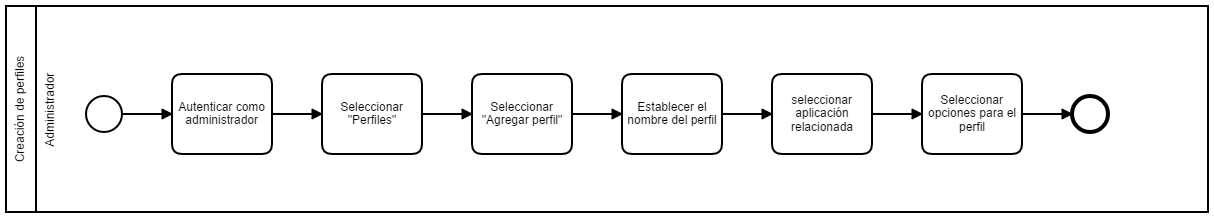
udistrital/arquitectura_docs keeps this BPMN diagram as configuracion/imagenes/creacion_perfil_nodo.png. Above is the earlier version. Its source is kept beside it as configuracion/imagenes/creacion_perfil_nodo.bpmn. Ids are renumbered. Source of this version:
```xml
<bpmn:definitions xmlns:bpmn="http://www.omg.org/spec/BPMN/20100524/MODEL" xmlns:bpmndi="http://www.omg.org/spec/BPMN/20100524/DI" xmlns:di="http://www.omg.org/spec/DD/20100524/DI" xmlns:dc="http://www.omg.org/spec/DD/20100524/DC" id="Definitions_n1" targetNamespace="http://bpmn.io/schema/bpmn" exporter="Camunda Modeler" exporterVersion="1.14.0">
  <bpmn:collaboration id="Collaboration_n2">
    <bpmn:participant id="Participant_n3" name="Creación de perfiles" processRef="Process_1" />
  </bpmn:collaboration>
  <bpmn:process id="Process_1" isExecutable="true">
    <bpmn:laneSet>
      <bpmn:lane id="Lane_n4" name="Administrador">
        <bpmn:flowNodeRef>Task_n5</bpmn:flowNodeRef>
        <bpmn:flowNodeRef>Task_n6</bpmn:flowNodeRef>
        <bpmn:flowNodeRef>Task_n7</bpmn:flowNodeRef>
        <bpmn:flowNodeRef>Task_n8</bpmn:flowNodeRef>
        <bpmn:flowNodeRef>Task_n9</bpmn:flowNodeRef>
        <bpmn:flowNodeRef>Task_n10</bpmn:flowNodeRef>
        <bpmn:flowNodeRef>StartEvent_n11</bpmn:flowNodeRef>
        <bpmn:flowNodeRef>EndEvent_n12</bpmn:flowNodeRef>
      </bpmn:lane>
    </bpmn:laneSet>
    <bpmn:startEvent id="StartEvent_n11">
      <bpmn:outgoing>SequenceFlow_n13</bpmn:outgoing>
    </bpmn:startEvent>
    <bpmn:task id="Task_n5" name="Autenticar como administrador">
      <bpmn:incoming>SequenceFlow_n13</bpmn:incoming>
      <bpmn:outgoing>SequenceFlow_n14</bpmn:outgoing>
    </bpmn:task>
    <bpmn:task id="Task_n6" name="Seleccionar &#34;Perfiles&#34;">
      <bpmn:incoming>SequenceFlow_n14</bpmn:incoming>
      <bpmn:outgoing>SequenceFlow_n15</bpmn:outgoing>
    </bpmn:task>
    <bpmn:task id="Task_n7" name="Seleccionar &#34;Agregar perfil&#34;">
      <bpmn:incoming>SequenceFlow_n15</bpmn:incoming>
      <bpmn:outgoing>SequenceFlow_n16</bpmn:outgoing>
    </bpmn:task>
    <bpmn:task id="Task_n8" name="Establecer el nombre del perfil">
      <bpmn:incoming>SequenceFlow_n16</bpmn:incoming>
      <bpmn:outgoing>SequenceFlow_n17</bpmn:outgoing>
    </bpmn:task>
    <bpmn:task id="Task_n9" name="seleccionar aplicación relacionada">
      <bpmn:incoming>SequenceFlow_n17</bpmn:incoming>
      <bpmn:outgoing>SequenceFlow_n18</bpmn:outgoing>
    </bpmn:task>
    <bpmn:task id="Task_n10" name="Seleccionar opciones para el perfil">
      <bpmn:incoming>SequenceFlow_n18</bpmn:incoming>
      <bpmn:outgoing>SequenceFlow_n19</bpmn:outgoing>
    </bpmn:task>
    <bpmn:endEvent id="EndEvent_n12">
      <bpmn:incoming>SequenceFlow_n19</bpmn:incoming>
    </bpmn:endEvent>
    <bpmn:sequenceFlow id="SequenceFlow_n13" sourceRef="StartEvent_n11" targetRef="Task_n5" />
    <bpmn:sequenceFlow id="SequenceFlow_n14" sourceRef="Task_n5" targetRef="Task_n6" />
    <bpmn:sequenceFlow id="SequenceFlow_n15" sourceRef="Task_n6" targetRef="Task_n7" />
    <bpmn:sequenceFlow id="SequenceFlow_n16" sourceRef="Task_n7" targetRef="Task_n8" />
    <bpmn:sequenceFlow id="SequenceFlow_n17" sourceRef="Task_n8" targetRef="Task_n9" />
    <bpmn:sequenceFlow id="SequenceFlow_n18" sourceRef="Task_n9" targetRef="Task_n10" />
    <bpmn:sequenceFlow id="SequenceFlow_n19" sourceRef="Task_n10" targetRef="EndEvent_n12" />
  </bpmn:process>
  <bpmndi:BPMNDiagram id="BPMNDiagram_1">
    <bpmndi:BPMNPlane id="BPMNPlane_1" bpmnElement="Collaboration_n2">
      <bpmndi:BPMNShape id="Participant_n3_di" bpmnElement="Participant_n3">
        <dc:Bounds x="12" y="90" width="1202" height="206" />
      </bpmndi:BPMNShape>
      <bpmndi:BPMNShape id="Lane_n4_di" bpmnElement="Lane_n4">
        <dc:Bounds x="42" y="90" width="1172" height="206" />
      </bpmndi:BPMNShape>
      <bpmndi:BPMNShape id="StartEvent_n11_di" bpmnElement="StartEvent_n11">
        <dc:Bounds x="92" y="180" width="36" height="36" />
        <bpmndi:BPMNLabel>
          <dc:Bounds x="65" y="216" width="0" height="12" />
        </bpmndi:BPMNLabel>
      </bpmndi:BPMNShape>
      <bpmndi:BPMNShape id="Task_n5_di" bpmnElement="Task_n5">
        <dc:Bounds x="178" y="158" width="100" height="80" />
      </bpmndi:BPMNShape>
      <bpmndi:BPMNShape id="Task_n6_di" bpmnElement="Task_n6">
        <dc:Bounds x="328" y="158" width="100" height="80" />
      </bpmndi:BPMNShape>
      <bpmndi:BPMNShape id="Task_n7_di" bpmnElement="Task_n7">
        <dc:Bounds x="478" y="158" width="100" height="80" />
      </bpmndi:BPMNShape>
      <bpmndi:BPMNShape id="Task_n8_di" bpmnElement="Task_n8">
        <dc:Bounds x="628" y="158" width="100" height="80" />
      </bpmndi:BPMNShape>
      <bpmndi:BPMNShape id="Task_n9_di" bpmnElement="Task_n9">
        <dc:Bounds x="778" y="158" width="100" height="80" />
      </bpmndi:BPMNShape>
      <bpmndi:BPMNShape id="Task_n10_di" bpmnElement="Task_n10">
        <dc:Bounds x="928" y="158" width="100" height="80" />
      </bpmndi:BPMNShape>
      <bpmndi:BPMNShape id="EndEvent_n12_di" bpmnElement="EndEvent_n12">
        <dc:Bounds x="1078" y="180" width="36" height="36" />
        <bpmndi:BPMNLabel>
          <dc:Bounds x="1096" y="220" width="0" height="12" />
        </bpmndi:BPMNLabel>
      </bpmndi:BPMNShape>
      <bpmndi:BPMNEdge id="SequenceFlow_n13_di" bpmnElement="SequenceFlow_n13">
        <di:waypoint x="128" y="198" />
        <di:waypoint x="178" y="198" />
        <bpmndi:BPMNLabel>
          <dc:Bounds x="153" y="177" width="0" height="12" />
        </bpmndi:BPMNLabel>
      </bpmndi:BPMNEdge>
      <bpmndi:BPMNEdge id="SequenceFlow_n14_di" bpmnElement="SequenceFlow_n14">
        <di:waypoint x="278" y="198" />
        <di:waypoint x="328" y="198" />
        <bpmndi:BPMNLabel>
          <dc:Bounds x="303" y="177" width="0" height="12" />
        </bpmndi:BPMNLabel>
      </bpmndi:BPMNEdge>
      <bpmndi:BPMNEdge id="SequenceFlow_n15_di" bpmnElement="SequenceFlow_n15">
        <di:waypoint x="428" y="198" />
        <di:waypoint x="478" y="198" />
        <bpmndi:BPMNLabel>
          <dc:Bounds x="453" y="177" width="0" height="12" />
        </bpmndi:BPMNLabel>
      </bpmndi:BPMNEdge>
      <bpmndi:BPMNEdge id="SequenceFlow_n16_di" bpmnElement="SequenceFlow_n16">
        <di:waypoint x="578" y="198" />
        <di:waypoint x="628" y="198" />
        <bpmndi:BPMNLabel>
          <dc:Bounds x="603" y="177" width="0" height="12" />
        </bpmndi:BPMNLabel>
      </bpmndi:BPMNEdge>
      <bpmndi:BPMNEdge id="SequenceFlow_n17_di" bpmnElement="SequenceFlow_n17">
        <di:waypoint x="728" y="198" />
        <di:waypoint x="778" y="198" />
        <bpmndi:BPMNLabel>
          <dc:Bounds x="753" y="177" width="0" height="12" />
        </bpmndi:BPMNLabel>
      </bpmndi:BPMNEdge>
      <bpmndi:BPMNEdge id="SequenceFlow_n18_di" bpmnElement="SequenceFlow_n18">
        <di:waypoint x="878" y="198" />
        <di:waypoint x="928" y="198" />
        <bpmndi:BPMNLabel>
          <dc:Bounds x="903" y="177" width="0" height="12" />
        </bpmndi:BPMNLabel>
      </bpmndi:BPMNEdge>
      <bpmndi:BPMNEdge id="SequenceFlow_n19_di" bpmnElement="SequenceFlow_n19">
        <di:waypoint x="1028" y="198" />
        <di:waypoint x="1078" y="198" />
        <bpmndi:BPMNLabel>
          <dc:Bounds x="1053" y="177" width="0" height="12" />
        </bpmndi:BPMNLabel>
      </bpmndi:BPMNEdge>
    </bpmndi:BPMNPlane>
  </bpmndi:BPMNDiagram>
</bpmn:definitions>
```
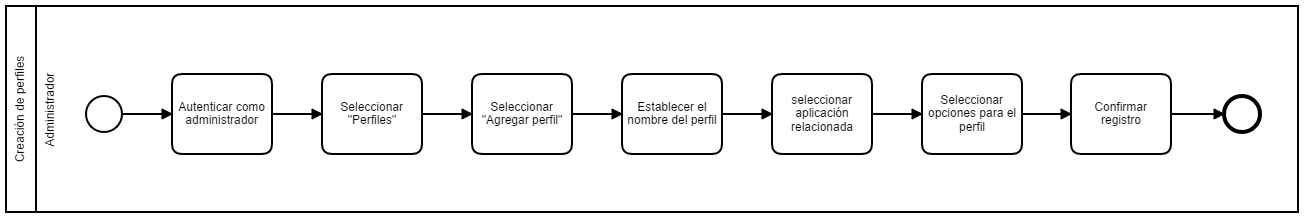
After the commit.

Commit message:
confirmar registro en procesos

The edit, as a diff of the source:
```diff
@@ -5,14 +5,15 @@
   <bpmn:process id="Process_1" isExecutable="true">
     <bpmn:laneSet>
       <bpmn:lane id="Lane_n4" name="Administrador">
+        <bpmn:flowNodeRef>StartEvent_n11</bpmn:flowNodeRef>
         <bpmn:flowNodeRef>Task_n5</bpmn:flowNodeRef>
         <bpmn:flowNodeRef>Task_n6</bpmn:flowNodeRef>
         <bpmn:flowNodeRef>Task_n7</bpmn:flowNodeRef>
         <bpmn:flowNodeRef>Task_n8</bpmn:flowNodeRef>
         <bpmn:flowNodeRef>Task_n9</bpmn:flowNodeRef>
         <bpmn:flowNodeRef>Task_n10</bpmn:flowNodeRef>
-        <bpmn:flowNodeRef>StartEvent_n11</bpmn:flowNodeRef>
         <bpmn:flowNodeRef>EndEvent_n12</bpmn:flowNodeRef>
+        <bpmn:flowNodeRef>Task_n20</bpmn:flowNodeRef>
       </bpmn:lane>
     </bpmn:laneSet>
     <bpmn:startEvent id="StartEvent_n11">
@@ -40,26 +41,31 @@
     </bpmn:task>
     <bpmn:task id="Task_n10" name="Seleccionar opciones para el perfil">
       <bpmn:incoming>SequenceFlow_n18</bpmn:incoming>
-      <bpmn:outgoing>SequenceFlow_n19</bpmn:outgoing>
+      <bpmn:outgoing>SequenceFlow_n21</bpmn:outgoing>
     </bpmn:task>
-    <bpmn:endEvent id="EndEvent_n12">
-      <bpmn:incoming>SequenceFlow_n19</bpmn:incoming>
-    </bpmn:endEvent>
     <bpmn:sequenceFlow id="SequenceFlow_n13" sourceRef="StartEvent_n11" targetRef="Task_n5" />
     <bpmn:sequenceFlow id="SequenceFlow_n14" sourceRef="Task_n5" targetRef="Task_n6" />
     <bpmn:sequenceFlow id="SequenceFlow_n15" sourceRef="Task_n6" targetRef="Task_n7" />
     <bpmn:sequenceFlow id="SequenceFlow_n16" sourceRef="Task_n7" targetRef="Task_n8" />
     <bpmn:sequenceFlow id="SequenceFlow_n17" sourceRef="Task_n8" targetRef="Task_n9" />
     <bpmn:sequenceFlow id="SequenceFlow_n18" sourceRef="Task_n9" targetRef="Task_n10" />
-    <bpmn:sequenceFlow id="SequenceFlow_n19" sourceRef="Task_n10" targetRef="EndEvent_n12" />
+    <bpmn:endEvent id="EndEvent_n12">
+      <bpmn:incoming>SequenceFlow_n22</bpmn:incoming>
+    </bpmn:endEvent>
+    <bpmn:task id="Task_n20" name="Confirmar registro">
+      <bpmn:incoming>SequenceFlow_n21</bpmn:incoming>
+      <bpmn:outgoing>SequenceFlow_n22</bpmn:outgoing>
+    </bpmn:task>
+    <bpmn:sequenceFlow id="SequenceFlow_n21" sourceRef="Task_n10" targetRef="Task_n20" />
+    <bpmn:sequenceFlow id="SequenceFlow_n22" sourceRef="Task_n20" targetRef="EndEvent_n12" />
   </bpmn:process>
   <bpmndi:BPMNDiagram id="BPMNDiagram_1">
     <bpmndi:BPMNPlane id="BPMNPlane_1" bpmnElement="Collaboration_n2">
       <bpmndi:BPMNShape id="Participant_n3_di" bpmnElement="Participant_n3">
-        <dc:Bounds x="12" y="90" width="1202" height="206" />
+        <dc:Bounds x="12" y="90" width="1292" height="206" />
       </bpmndi:BPMNShape>
       <bpmndi:BPMNShape id="Lane_n4_di" bpmnElement="Lane_n4">
-        <dc:Bounds x="42" y="90" width="1172" height="206" />
+        <dc:Bounds x="42" y="90" width="1262" height="206" />
       </bpmndi:BPMNShape>
       <bpmndi:BPMNShape id="StartEvent_n11_di" bpmnElement="StartEvent_n11">
         <dc:Bounds x="92" y="180" width="36" height="36" />
@@ -86,9 +92,9 @@
         <dc:Bounds x="928" y="158" width="100" height="80" />
       </bpmndi:BPMNShape>
       <bpmndi:BPMNShape id="EndEvent_n12_di" bpmnElement="EndEvent_n12">
-        <dc:Bounds x="1078" y="180" width="36" height="36" />
+        <dc:Bounds x="1230" y="180" width="36" height="36" />
         <bpmndi:BPMNLabel>
-          <dc:Bounds x="1096" y="220" width="0" height="12" />
+          <dc:Bounds x="1203" y="220" width="90" height="12" />
         </bpmndi:BPMNLabel>
       </bpmndi:BPMNShape>
       <bpmndi:BPMNEdge id="SequenceFlow_n13_di" bpmnElement="SequenceFlow_n13">
@@ -133,11 +139,21 @@
           <dc:Bounds x="903" y="177" width="0" height="12" />
         </bpmndi:BPMNLabel>
       </bpmndi:BPMNEdge>
-      <bpmndi:BPMNEdge id="SequenceFlow_n19_di" bpmnElement="SequenceFlow_n19">
+      <bpmndi:BPMNShape id="Task_n20_di" bpmnElement="Task_n20">
+        <dc:Bounds x="1077" y="158" width="100" height="80" />
+      </bpmndi:BPMNShape>
+      <bpmndi:BPMNEdge id="SequenceFlow_n21_di" bpmnElement="SequenceFlow_n21">
         <di:waypoint x="1028" y="198" />
-        <di:waypoint x="1078" y="198" />
+        <di:waypoint x="1077" y="198" />
         <bpmndi:BPMNLabel>
-          <dc:Bounds x="1053" y="177" width="0" height="12" />
+          <dc:Bounds x="1052.5" y="177" width="0" height="12" />
+        </bpmndi:BPMNLabel>
+      </bpmndi:BPMNEdge>
+      <bpmndi:BPMNEdge id="SequenceFlow_n22_di" bpmnElement="SequenceFlow_n22">
+        <di:waypoint x="1177" y="198" />
+        <di:waypoint x="1230" y="198" />
+        <bpmndi:BPMNLabel>
+          <dc:Bounds x="1203.5" y="177" width="0" height="12" />
         </bpmndi:BPMNLabel>
       </bpmndi:BPMNEdge>
     </bpmndi:BPMNPlane>
```
